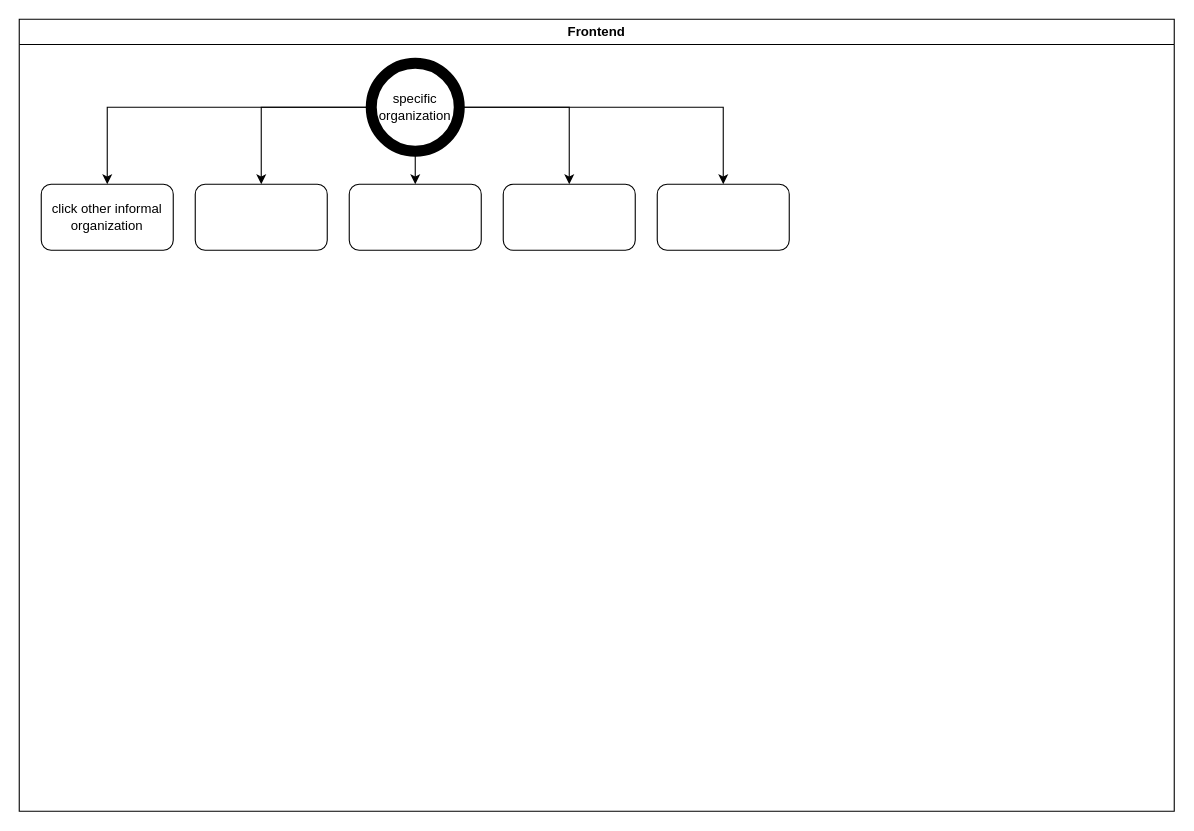
The draw.io diagram page "menu specific organization" (19 of 27) of docs/artifact/ActivityDiagram/activity_diagram.drawio in ssszZ-TH/party_fullstack_docker3, before the edit. Source tidied: cells renumbered, new cells numbered last; positions are measured from the earlier drawing's top-left corner, leaving out a move shared by most shapes. Both pictures are drawn from the tidied source at 110%, with x=0, y=0 at pixel (19, 19).
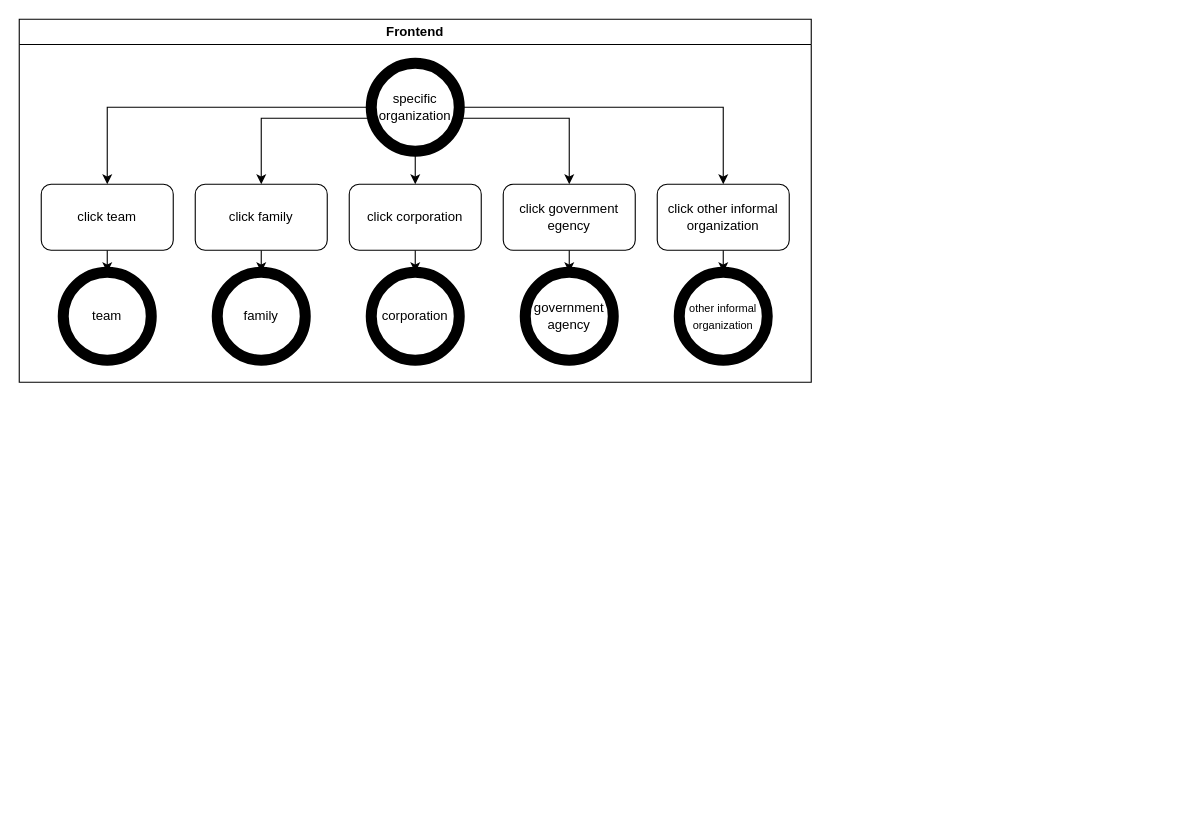
Above is the later version.

Commit message (it also covers changes not shown here):
docs finish to organization and person but not done organization and person classify

The change refers to these unchanged cells:
```xml
<mxCell id="8" value="specific organization" style="ellipse;whiteSpace=wrap;html=1;strokeWidth=10;" parent="2" vertex="1">
  <mxGeometry x="320" y="40" width="80" height="80" as="geometry" />
</mxCell>
```

Diff of the diagram source:
```diff
@@
     <mxCell id="2" value="Frontend" style="swimlane;whiteSpace=wrap;html=1;" parent="1" vertex="1">
-      <mxGeometry width="1050" height="720" as="geometry" />
+      <mxGeometry width="720" height="330" as="geometry" />
     </mxCell>
@@
     <mxCell id="5" style="edgeStyle=orthogonalEdgeStyle;rounded=0;jettySize=auto;html=1;" parent="2" edge="1" source="8" target="10">
-      <mxGeometry relative="1" as="geometry" />
+      <mxGeometry relative="1" as="geometry">
+        <Array as="points">
+          <mxPoint x="220" y="90" />
+        </Array>
+      </mxGeometry>
     </mxCell>
     <mxCell id="6" style="edgeStyle=orthogonalEdgeStyle;rounded=0;jettySize=auto;html=1;" parent="2" edge="1" source="8" target="12">
-      <mxGeometry relative="1" as="geometry" />
+      <mxGeometry relative="1" as="geometry">
+        <Array as="points">
+          <mxPoint x="500" y="90" />
+        </Array>
+      </mxGeometry>
     </mxCell>
@@
+    <mxCell id="14" style="edgeStyle=orthogonalEdgeStyle;rounded=0;jettySize=auto;html=1;" parent="2" edge="1" source="9" target="19">
+      <mxGeometry relative="1" as="geometry" />
+    </mxCell>
-    <mxCell id="9" value="click other informal organization" style="rounded=1;whiteSpace=wrap;html=1;" parent="2" vertex="1">
+    <mxCell id="9" value="click team" style="rounded=1;whiteSpace=wrap;html=1;" parent="2" vertex="1">
       <mxGeometry x="20" y="150" width="120" height="60" as="geometry" />
     </mxCell>
+    <mxCell id="15" style="edgeStyle=orthogonalEdgeStyle;rounded=0;jettySize=auto;html=1;" parent="2" edge="1" source="10" target="20">
+      <mxGeometry relative="1" as="geometry" />
+    </mxCell>
-    <mxCell id="10" style="rounded=1;whiteSpace=wrap;html=1;" parent="2" vertex="1">
+    <mxCell id="10" value="click family" style="rounded=1;whiteSpace=wrap;html=1;" parent="2" vertex="1">
       <mxGeometry x="160" y="150" width="120" height="60" as="geometry" />
     </mxCell>
+    <mxCell id="16" style="edgeStyle=orthogonalEdgeStyle;rounded=0;jettySize=auto;html=1;" parent="2" edge="1" source="11" target="21">
+      <mxGeometry relative="1" as="geometry" />
+    </mxCell>
-    <mxCell id="11" style="rounded=1;whiteSpace=wrap;html=1;" parent="2" vertex="1">
+    <mxCell id="11" value="click corporation" style="rounded=1;whiteSpace=wrap;html=1;" parent="2" vertex="1">
       <mxGeometry x="300" y="150" width="120" height="60" as="geometry" />
     </mxCell>
+    <mxCell id="17" style="edgeStyle=orthogonalEdgeStyle;rounded=0;jettySize=auto;html=1;" parent="2" edge="1" source="12" target="22">
+      <mxGeometry relative="1" as="geometry" />
+    </mxCell>
-    <mxCell id="12" style="rounded=1;whiteSpace=wrap;html=1;" parent="2" vertex="1">
+    <mxCell id="12" value="click government egency" style="rounded=1;whiteSpace=wrap;html=1;" parent="2" vertex="1">
       <mxGeometry x="440" y="150" width="120" height="60" as="geometry" />
     </mxCell>
+    <mxCell id="18" style="edgeStyle=orthogonalEdgeStyle;rounded=0;jettySize=auto;html=1;" parent="2" edge="1" source="13" target="23">
+      <mxGeometry relative="1" as="geometry" />
+    </mxCell>
-    <mxCell id="13" style="rounded=1;whiteSpace=wrap;html=1;" parent="2" vertex="1">
+    <mxCell id="13" value="click other informal organization" style="rounded=1;whiteSpace=wrap;html=1;" parent="2" vertex="1">
       <mxGeometry x="580" y="150" width="120" height="60" as="geometry" />
     </mxCell>
+    <mxCell id="19" value="team" style="ellipse;whiteSpace=wrap;html=1;strokeWidth=10;" parent="2" vertex="1">
+      <mxGeometry x="40" y="230" width="80" height="80" as="geometry" />
+    </mxCell>
+    <mxCell id="20" value="family" style="ellipse;whiteSpace=wrap;html=1;strokeWidth=10;" parent="2" vertex="1">
+      <mxGeometry x="180" y="230" width="80" height="80" as="geometry" />
+    </mxCell>
+    <mxCell id="21" value="corporation" style="ellipse;whiteSpace=wrap;html=1;strokeWidth=10;" parent="2" vertex="1">
+      <mxGeometry x="320" y="230" width="80" height="80" as="geometry" />
+    </mxCell>
+    <mxCell id="22" value="government agency" style="ellipse;whiteSpace=wrap;html=1;strokeWidth=10;" parent="2" vertex="1">
+      <mxGeometry x="460" y="230" width="80" height="80" as="geometry" />
+    </mxCell>
+    <mxCell id="23" value="&lt;font style=&quot;font-size: 10px;&quot;&gt;other informal organization&lt;/font&gt;" style="ellipse;whiteSpace=wrap;html=1;strokeWidth=10;" parent="2" vertex="1">
+      <mxGeometry x="600" y="230" width="80" height="80" as="geometry" />
+    </mxCell>
```
